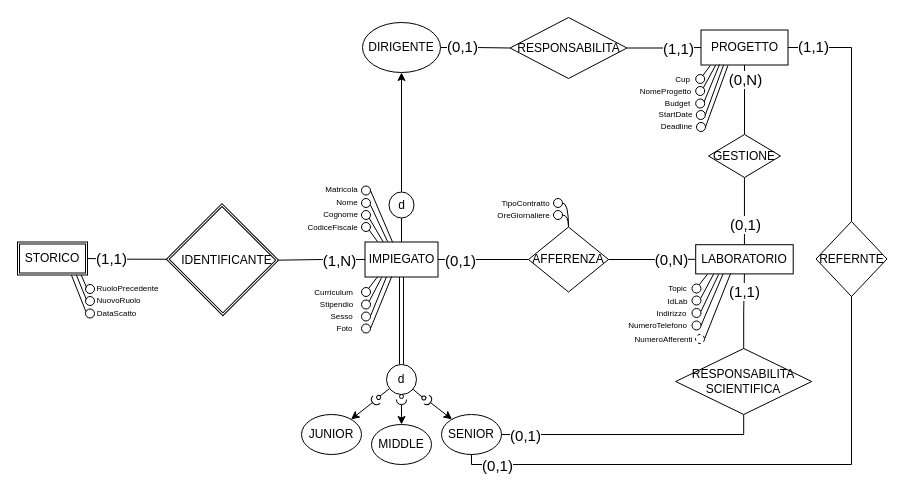
Earlier version of the draw.io diagram DIAGRAMMI E MAPPING/Concettuale/CONCETTUALE E:R .drawio (terrecruis/Progetto-Azienda). Source tidied: cells renumbered, new cells numbered last; positions are measured from the earlier drawing's top-left corner, leaving out a move shared by most shapes. Both pictures are drawn from the tidied source at 100%, with x=0, y=0 at pixel (17, 17).
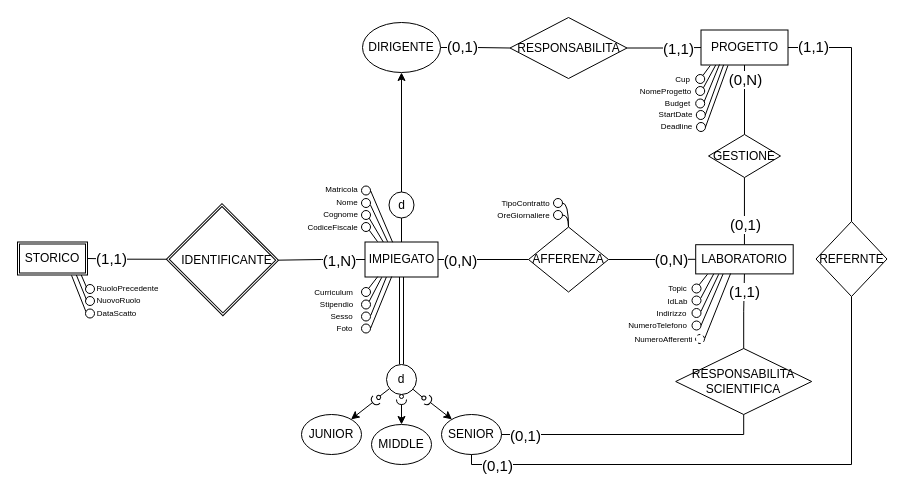
The same page after the edit.

Commit message (it also covers changes not shown here):
revisione diagramma concettuale

Unchanged cells that the change refers to:
```xml
<mxCell id="4" style="edgeStyle=orthogonalEdgeStyle;rounded=0;jettySize=auto;html=1;endArrow=none;endFill=0;endSize=6;jumpStyle=none;align=center;exitX=1;exitY=0.5;exitDx=0;exitDy=0;labelBackgroundColor=none;fontColor=default;" parent="1" edge="1" source="49" target="19">
  <mxGeometry relative="1" as="geometry" />
</mxCell>
```

What changed in the source:
```diff
@@
-    <mxCell id="5" value="&lt;font style=&quot;font-size: 15px;&quot;&gt;(0,1)&lt;/font&gt;" style="edgeLabel;html=1;align=center;verticalAlign=middle;" parent="4" vertex="1">
+    <mxCell id="5" value="&lt;font style=&quot;font-size: 15px;&quot;&gt;(0,N)&lt;/font&gt;" style="edgeLabel;html=1;align=center;verticalAlign=middle;" parent="4" vertex="1">
       <mxGeometry x="-0.58" y="1" relative="1" as="geometry">
         <mxPoint x="3" y="1" as="offset" />
       </mxGeometry>
     </mxCell>
```
